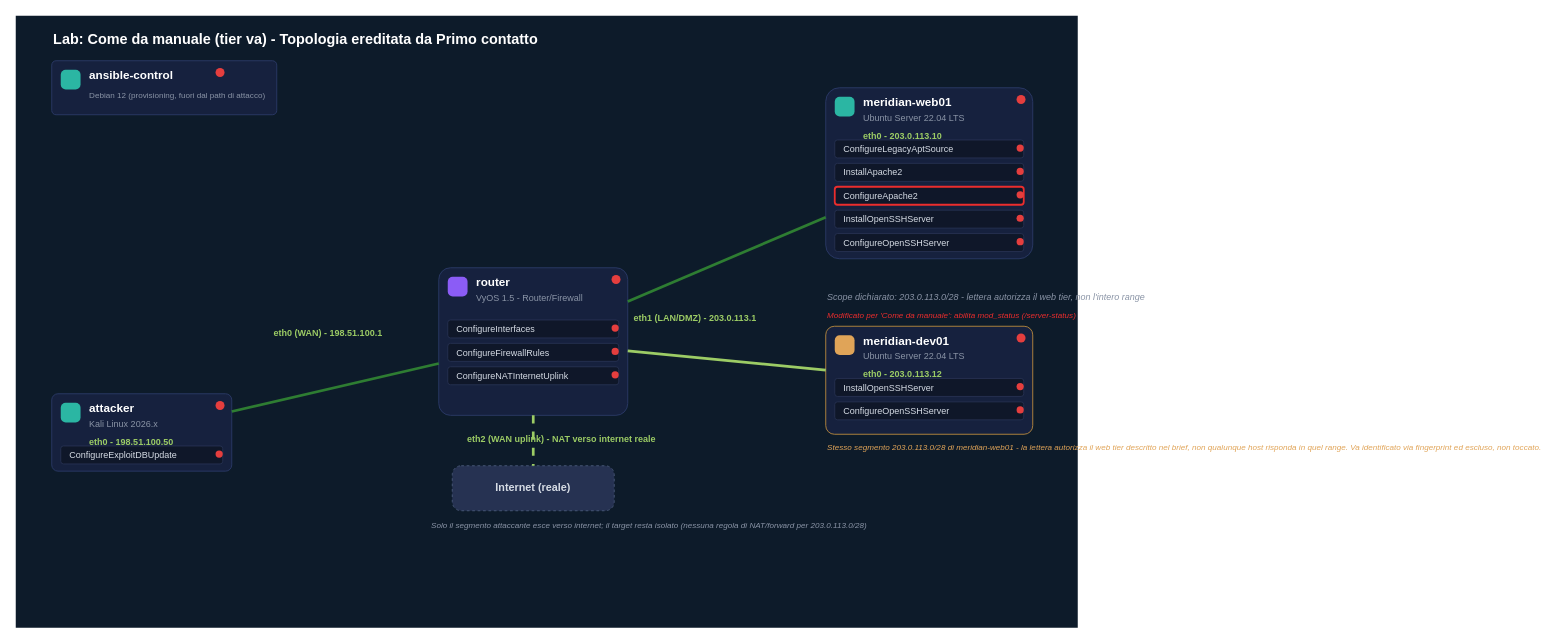
Above: docs/labs/by-the-book/by-the-book-topology.drawio in leoleo1010/CPPT (draw.io), before the change. Source tidied: cells renumbered, new cells numbered last; positions are measured from the earlier drawing's top-left corner, leaving out a move shared by most shapes. Both pictures are drawn from the tidied source at 90%, with x=0, y=0 at pixel (15, 15).
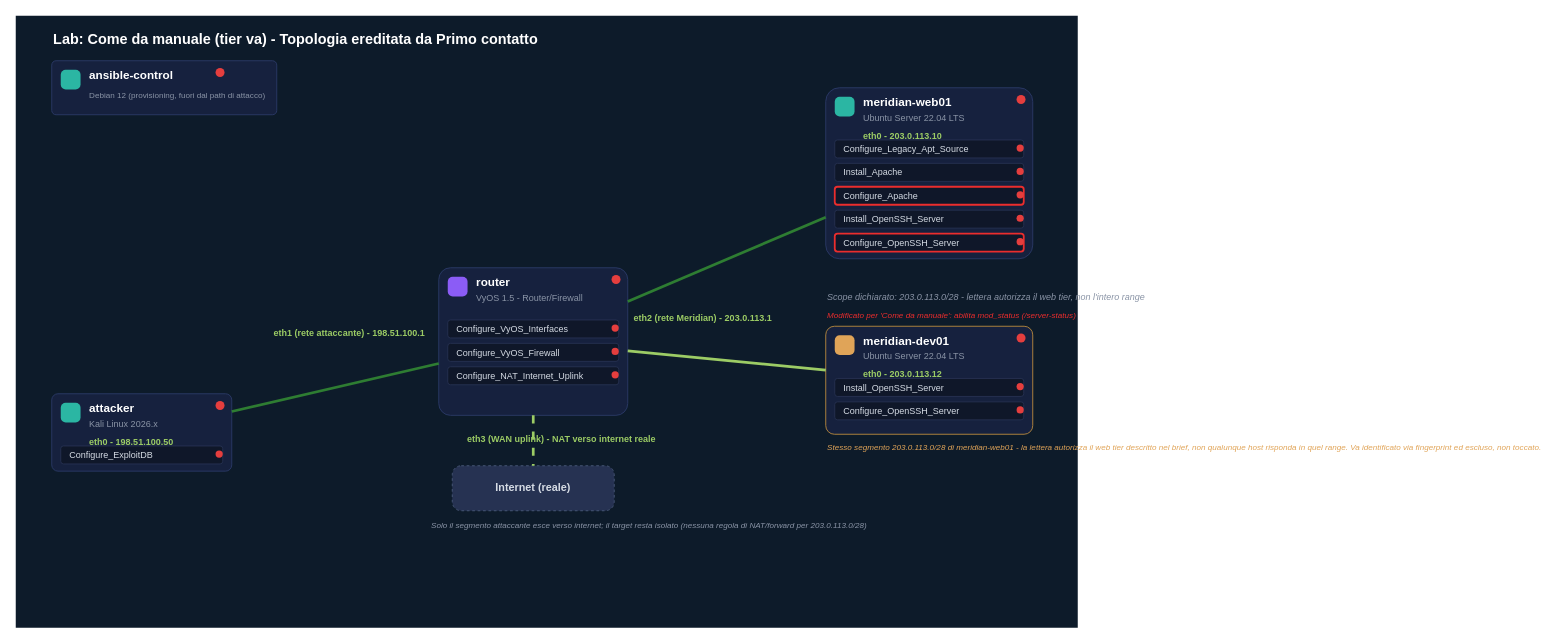
The same page after the edit.

Commit message (it also covers changes not shown here):
Rename By The Book's Ansible roles to the new catalog naming, update diagram and explanation PDF

Diff of the diagram source:
```diff
@@
-    <mxCell id="14" value="ConfigureExploitDBUpdate" style="rounded=1;arcSize=15;whiteSpace=wrap;html=1;fillColor=#0F1729;strokeColor=#263252;fontColor=#D6DCE5;fontSize=10;align=left;spacingLeft=8;" parent="1" vertex="1">
+    <mxCell id="14" value="Configure_ExploitDB" style="rounded=1;arcSize=15;whiteSpace=wrap;html=1;fillColor=#0F1729;strokeColor=#263252;fontColor=#D6DCE5;fontSize=10;align=left;spacingLeft=8;" parent="1" vertex="1">
       <mxGeometry x="50" y="478" width="180" height="20" as="geometry" />
     </mxCell>
@@
-    <mxCell id="21" value="ConfigureInterfaces" style="rounded=1;arcSize=15;whiteSpace=wrap;html=1;fillColor=#0F1729;strokeColor=#263252;fontColor=#D6DCE5;fontSize=10;align=left;spacingLeft=8;" parent="1" vertex="1">
+    <mxCell id="21" value="Configure_VyOS_Interfaces" style="rounded=1;arcSize=15;whiteSpace=wrap;html=1;fillColor=#0F1729;strokeColor=#263252;fontColor=#D6DCE5;fontSize=10;align=left;spacingLeft=8;" parent="1" vertex="1">
       <mxGeometry x="480" y="338" width="190" height="20" as="geometry" />
     </mxCell>
@@
-    <mxCell id="23" value="ConfigureFirewallRules" style="rounded=1;arcSize=15;whiteSpace=wrap;html=1;fillColor=#0F1729;strokeColor=#263252;fontColor=#D6DCE5;fontSize=10;align=left;spacingLeft=8;" parent="1" vertex="1">
+    <mxCell id="23" value="Configure_VyOS_Firewall" style="rounded=1;arcSize=15;whiteSpace=wrap;html=1;fillColor=#0F1729;strokeColor=#263252;fontColor=#D6DCE5;fontSize=10;align=left;spacingLeft=8;" parent="1" vertex="1">
       <mxGeometry x="480" y="364" width="190" height="20" as="geometry" />
     </mxCell>
@@
-    <mxCell id="25" value="ConfigureNATInternetUplink" style="rounded=1;arcSize=15;whiteSpace=wrap;html=1;fillColor=#0F1729;strokeColor=#263252;fontColor=#D6DCE5;fontSize=10;align=left;spacingLeft=8;" parent="1" vertex="1">
+    <mxCell id="25" value="Configure_NAT_Internet_Uplink" style="rounded=1;arcSize=15;whiteSpace=wrap;html=1;fillColor=#0F1729;strokeColor=#263252;fontColor=#D6DCE5;fontSize=10;align=left;spacingLeft=8;" parent="1" vertex="1">
       <mxGeometry x="480" y="390" width="190" height="20" as="geometry" />
     </mxCell>
@@
-    <mxCell id="33" value="ConfigureLegacyAptSource" style="rounded=1;arcSize=15;whiteSpace=wrap;html=1;fillColor=#0F1729;strokeColor=#263252;fontColor=#D6DCE5;fontSize=10;align=left;spacingLeft=8;" parent="1" vertex="1">
+    <mxCell id="33" value="Configure_Legacy_Apt_Source" style="rounded=1;arcSize=15;whiteSpace=wrap;html=1;fillColor=#0F1729;strokeColor=#263252;fontColor=#D6DCE5;fontSize=10;align=left;spacingLeft=8;" parent="1" vertex="1">
       <mxGeometry x="910" y="138" width="210" height="20" as="geometry" />
     </mxCell>
@@
-    <mxCell id="35" value="InstallApache2" style="rounded=1;arcSize=15;whiteSpace=wrap;html=1;fillColor=#0F1729;strokeColor=#263252;fontColor=#D6DCE5;fontSize=10;align=left;spacingLeft=8;" parent="1" vertex="1">
+    <mxCell id="35" value="Install_Apache" style="rounded=1;arcSize=15;whiteSpace=wrap;html=1;fillColor=#0F1729;strokeColor=#263252;fontColor=#D6DCE5;fontSize=10;align=left;spacingLeft=8;" parent="1" vertex="1">
       <mxGeometry x="910" y="164" width="210" height="20" as="geometry" />
     </mxCell>
@@
-    <mxCell id="37" value="ConfigureApache2" style="rounded=1;arcSize=15;whiteSpace=wrap;html=1;fillColor=#0F1729;strokeColor=#EB2D2D;strokeWidth=2;fontColor=#D6DCE5;fontSize=10;align=left;spacingLeft=8;" parent="1" vertex="1">
+    <mxCell id="37" value="Configure_Apache" style="rounded=1;arcSize=15;whiteSpace=wrap;html=1;fillColor=#0F1729;strokeColor=#EB2D2D;strokeWidth=2;fontColor=#D6DCE5;fontSize=10;align=left;spacingLeft=8;" parent="1" vertex="1">
       <mxGeometry x="910" y="190" width="210" height="20" as="geometry" />
     </mxCell>
@@
-    <mxCell id="39" value="InstallOpenSSHServer" style="rounded=1;arcSize=15;whiteSpace=wrap;html=1;fillColor=#0F1729;strokeColor=#263252;fontColor=#D6DCE5;fontSize=10;align=left;spacingLeft=8;" parent="1" vertex="1">
+    <mxCell id="39" value="Install_OpenSSH_Server" style="rounded=1;arcSize=15;whiteSpace=wrap;html=1;fillColor=#0F1729;strokeColor=#263252;fontColor=#D6DCE5;fontSize=10;align=left;spacingLeft=8;" parent="1" vertex="1">
       <mxGeometry x="910" y="216" width="210" height="20" as="geometry" />
     </mxCell>
@@
-    <mxCell id="41" value="ConfigureOpenSSHServer" style="rounded=1;arcSize=15;whiteSpace=wrap;html=1;fillColor=#0F1729;strokeColor=#263252;fontColor=#D6DCE5;fontSize=10;align=left;spacingLeft=8;" parent="1" vertex="1">
+    <mxCell id="41" value="Configure_OpenSSH_Server" style="rounded=1;arcSize=15;whiteSpace=wrap;html=1;fillColor=#0F1729;strokeColor=#EB2D2D;strokeWidth=2;fontColor=#D6DCE5;fontSize=10;align=left;spacingLeft=8;" parent="1" vertex="1">
       <mxGeometry x="910" y="242" width="210" height="20" as="geometry" />
     </mxCell>
@@
-    <mxCell id="46" value="eth0 (WAN) - 198.51.100.1" style="text;html=1;fontSize=10;fontColor=#9CCC65;fontStyle=1;" parent="1" vertex="1">
+    <mxCell id="46" value="eth1 (rete attaccante) - 198.51.100.1" style="text;html=1;fontSize=10;fontColor=#9CCC65;fontStyle=1;" parent="1" vertex="1">
       <mxGeometry x="285" y="340" width="180" height="18" as="geometry" />
     </mxCell>
@@
-    <mxCell id="48" value="eth1 (LAN/DMZ) - 203.0.113.1" style="text;html=1;fontSize=10;fontColor=#9CCC65;fontStyle=1;" parent="1" vertex="1">
+    <mxCell id="48" value="eth2 (rete Meridian) - 203.0.113.1" style="text;html=1;fontSize=10;fontColor=#9CCC65;fontStyle=1;" parent="1" vertex="1">
       <mxGeometry x="685" y="324" width="200" height="16" as="geometry" />
     </mxCell>
@@
-    <mxCell id="52" value="eth2 (WAN uplink) - NAT verso internet reale" style="text;html=1;fontSize=10;fontColor=#9CCC65;fontStyle=1;" parent="1" vertex="1">
+    <mxCell id="52" value="eth3 (WAN uplink) - NAT verso internet reale" style="text;html=1;fontSize=10;fontColor=#9CCC65;fontStyle=1;" parent="1" vertex="1">
       <mxGeometry x="500" y="458" width="260" height="18" as="geometry" />
     </mxCell>
@@
-    <mxCell id="59" value="InstallOpenSSHServer" style="rounded=1;arcSize=15;whiteSpace=wrap;html=1;fillColor=#0F1729;strokeColor=#263252;fontColor=#D6DCE5;fontSize=10;align=left;spacingLeft=8;" parent="1" vertex="1">
+    <mxCell id="59" value="Install_OpenSSH_Server" style="rounded=1;arcSize=15;whiteSpace=wrap;html=1;fillColor=#0F1729;strokeColor=#263252;fontColor=#D6DCE5;fontSize=10;align=left;spacingLeft=8;" parent="1" vertex="1">
       <mxGeometry x="910" y="403" width="210" height="20" as="geometry" />
     </mxCell>
@@
-    <mxCell id="61" value="ConfigureOpenSSHServer" style="rounded=1;arcSize=15;whiteSpace=wrap;html=1;fillColor=#0F1729;strokeColor=#263252;fontColor=#D6DCE5;fontSize=10;align=left;spacingLeft=8;" parent="1" vertex="1">
+    <mxCell id="61" value="Configure_OpenSSH_Server" style="rounded=1;arcSize=15;whiteSpace=wrap;html=1;fillColor=#0F1729;strokeColor=#263252;fontColor=#D6DCE5;fontSize=10;align=left;spacingLeft=8;" parent="1" vertex="1">
       <mxGeometry x="910" y="429" width="210" height="20" as="geometry" />
     </mxCell>
```
